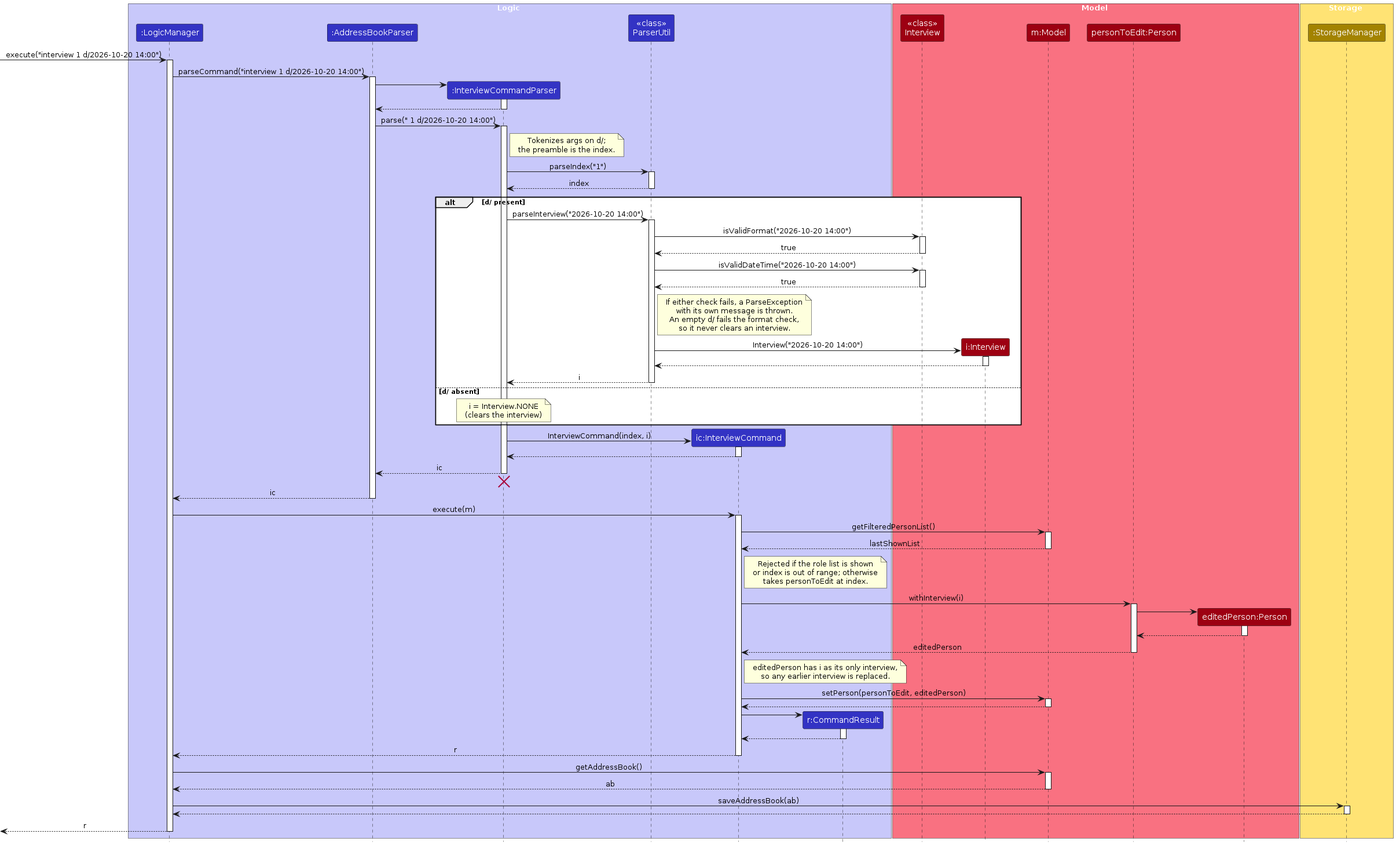
Earlier version of the PlantUML export diagrams/InterviewSequenceDiagram.png (AY2627S1-CS2103-F12-3/tp). Its source is kept beside it as diagrams/InterviewSequenceDiagram.puml. The source it was exported from:
```plantuml
@startuml
!include style.puml
skinparam ArrowFontStyle plain

box Logic LOGIC_COLOR_T1
participant ":LogicManager" as LogicManager LOGIC_COLOR
participant ":AddressBookParser" as AddressBookParser LOGIC_COLOR
participant ":InterviewCommandParser" as InterviewCommandParser LOGIC_COLOR
participant "<<class>>\nParserUtil" as ParserUtil LOGIC_COLOR
participant "ic:InterviewCommand" as InterviewCommand LOGIC_COLOR
participant "r:CommandResult" as CommandResult LOGIC_COLOR
end box

box Model MODEL_COLOR_T1
participant "<<class>>\nInterview" as InterviewClass MODEL_COLOR
participant "i:Interview" as Interview MODEL_COLOR
participant "m:Model" as Model MODEL_COLOR
participant "personToEdit:Person" as PersonToEdit MODEL_COLOR
participant "editedPerson:Person" as EditedPerson MODEL_COLOR
end box

box Storage STORAGE_COLOR_T1
participant ":StorageManager" as Storage STORAGE_COLOR
end box

[-> LogicManager : execute("interview 1 d/2026-10-20 14:00")
activate LogicManager

LogicManager -> AddressBookParser : parseCommand("interview 1 d/2026-10-20 14:00")
activate AddressBookParser

create InterviewCommandParser
AddressBookParser -> InterviewCommandParser
activate InterviewCommandParser
InterviewCommandParser --> AddressBookParser
deactivate InterviewCommandParser

AddressBookParser -> InterviewCommandParser : parse(" 1 d/2026-10-20 14:00")
activate InterviewCommandParser

note right of InterviewCommandParser
Tokenizes args on d/;
the preamble is the index.
end note

InterviewCommandParser -> ParserUtil : parseIndex("1")
activate ParserUtil
ParserUtil --> InterviewCommandParser : index
deactivate ParserUtil

alt d/ present
    InterviewCommandParser -> ParserUtil : parseInterview("2026-10-20 14:00")
    activate ParserUtil

    ParserUtil -> InterviewClass : isValidFormat("2026-10-20 14:00")
    activate InterviewClass
    InterviewClass --> ParserUtil : true
    deactivate InterviewClass

    ParserUtil -> InterviewClass : isValidDateTime("2026-10-20 14:00")
    activate InterviewClass
    InterviewClass --> ParserUtil : true
    deactivate InterviewClass

    note right of ParserUtil
    If either check fails, a ParseException
    with its own message is thrown.
    An empty d/ fails the format check,
    so it never clears an interview.
    end note

    create Interview
    ParserUtil -> Interview : Interview("2026-10-20 14:00")
    activate Interview
    Interview --> ParserUtil
    deactivate Interview

    ParserUtil --> InterviewCommandParser : i
    deactivate ParserUtil
else d/ absent
    note over InterviewCommandParser
    i = Interview.NONE
    (clears the interview)
    end note
end

create InterviewCommand
InterviewCommandParser -> InterviewCommand : InterviewCommand(index, i)
activate InterviewCommand
InterviewCommand --> InterviewCommandParser
deactivate InterviewCommand

InterviewCommandParser --> AddressBookParser : ic
deactivate InterviewCommandParser
InterviewCommandParser -[hidden]-> AddressBookParser
destroy InterviewCommandParser

AddressBookParser --> LogicManager : ic
deactivate AddressBookParser

LogicManager -> InterviewCommand : execute(m)
activate InterviewCommand

InterviewCommand -> Model : getFilteredPersonList()
activate Model
Model --> InterviewCommand : lastShownList
deactivate Model

note right of InterviewCommand
Rejected if the role list is shown
or index is out of range; otherwise
takes personToEdit at index.
end note

InterviewCommand -> PersonToEdit : withInterview(i)
activate PersonToEdit
create EditedPerson
PersonToEdit -> EditedPerson
activate EditedPerson
EditedPerson --> PersonToEdit
deactivate EditedPerson
PersonToEdit --> InterviewCommand : editedPerson
deactivate PersonToEdit

note right of InterviewCommand
editedPerson has i as its only interview,
so any earlier interview is replaced.
end note

InterviewCommand -> Model : setPerson(personToEdit, editedPerson)
activate Model
Model --> InterviewCommand
deactivate Model

create CommandResult
InterviewCommand -> CommandResult
activate CommandResult
CommandResult --> InterviewCommand
deactivate CommandResult

InterviewCommand --> LogicManager : r
deactivate InterviewCommand

LogicManager -> Model : getAddressBook()
activate Model
Model --> LogicManager : ab
deactivate Model

LogicManager -> Storage : saveAddressBook(ab)
activate Storage
Storage --> LogicManager
deactivate Storage

[<--LogicManager : r
deactivate LogicManager
@enduml
```
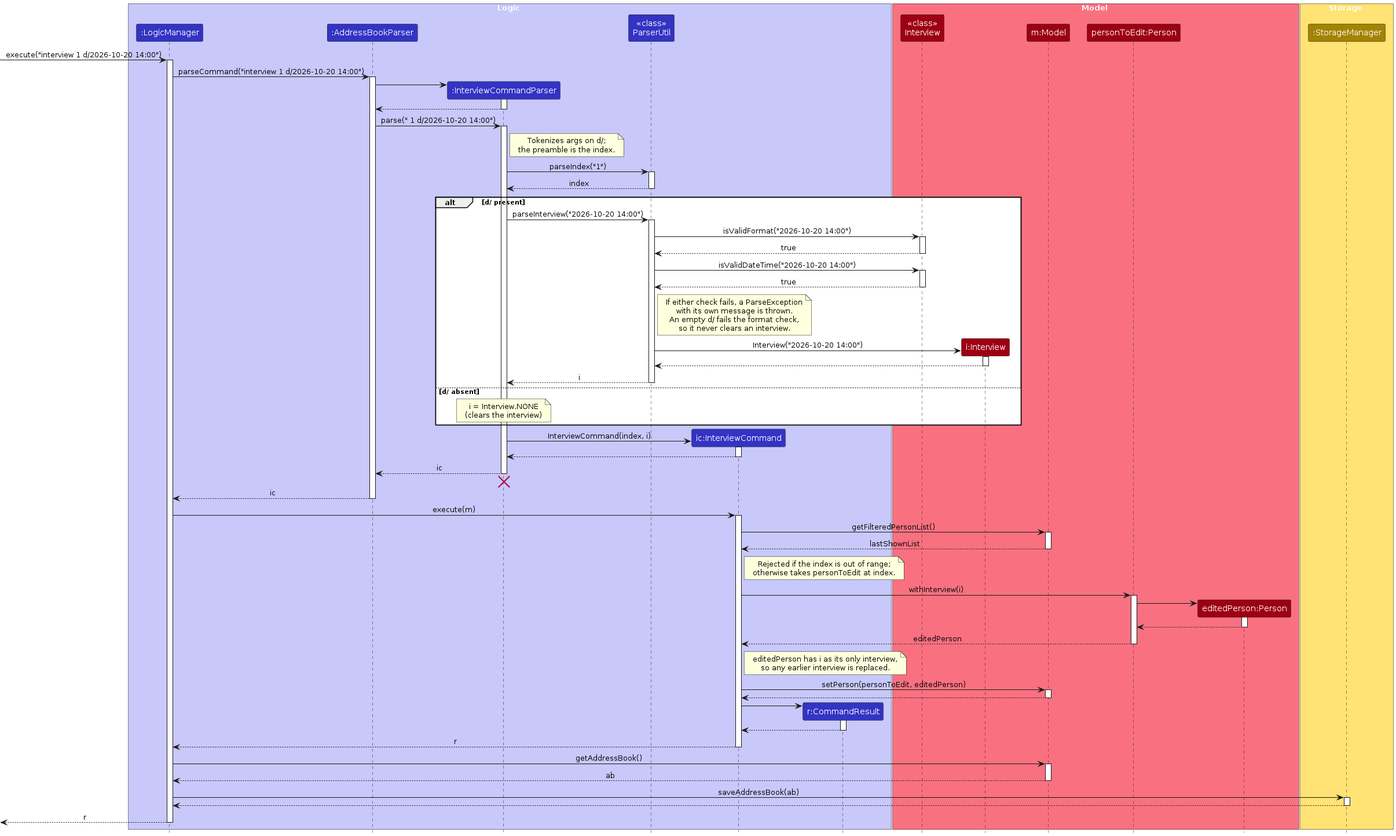
After the change.

What changed in the source:
```diff
@@ -107,9 +107,8 @@
 deactivate Model
 
 note right of InterviewCommand
-Rejected if the role list is shown
-or index is out of range; otherwise
-takes personToEdit at index.
+Rejected if the index is out of range;
+otherwise takes personToEdit at index.
 end note
 
 InterviewCommand -> PersonToEdit : withInterview(i)
```
